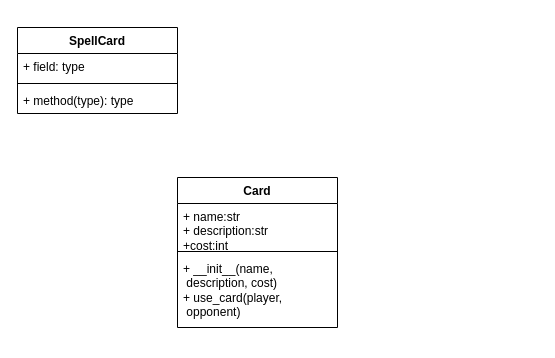
Earlier version of the draw.io diagram card_game.drawio (vinayakvvnair/vinayakvvnair). Source tidied: cells renumbered, new cells numbered last; positions are measured from the earlier drawing's top-left corner, leaving out a move shared by most shapes. Both pictures are drawn from the tidied source at 100%, with x=0, y=0 at pixel (17, 27).
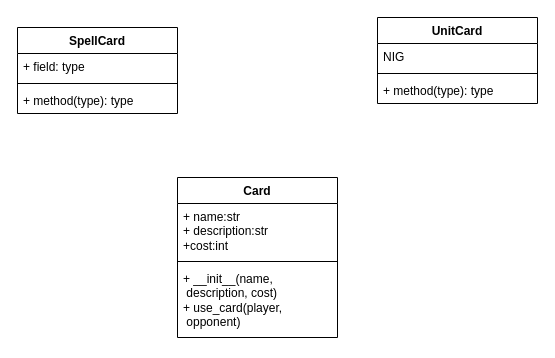
After the change.

What changed in the source:
```diff
@@
 <mxGraphModel>
   <root>
     <mxCell id="0" />
     <mxCell id="1" parent="0" />
     <mxCell id="2" value="Card" style="swimlane;fontStyle=1;align=center;verticalAlign=top;horizontal=1;startSize=26;whiteSpace=wrap;html=1;" parent="1" vertex="1">
-      <mxGeometry x="160" y="150" width="160" height="150" as="geometry" />
+      <mxGeometry x="160" y="150" width="160" height="160" as="geometry" />
     </mxCell>
     <mxCell id="3" value="+ name:str&lt;div&gt;+ description:str&lt;/div&gt;&lt;div&gt;+cost:int&lt;/div&gt;" style="text;strokeColor=none;fillColor=none;align=left;verticalAlign=top;spacingLeft=4;spacingRight=4;overflow=hidden;whiteSpace=wrap;html=1;" parent="2" vertex="1">
-      <mxGeometry y="26" width="160" height="44" as="geometry" />
+      <mxGeometry y="26" width="160" height="54" as="geometry" />
     </mxCell>
     <mxCell id="4" style="line;strokeWidth=1;fillColor=none;align=left;verticalAlign=middle;spacingTop=-1;spacingLeft=3;spacingRight=3;labelPosition=right;strokeColor=inherit;" parent="2" vertex="1">
-      <mxGeometry y="70" width="160" height="8" as="geometry" />
+      <mxGeometry y="80" width="160" height="8" as="geometry" />
     </mxCell>
     <mxCell id="5" value="&lt;span class=&quot;hljs-operator&quot;&gt;+&lt;/span&gt; __init__(name,&amp;nbsp;&lt;br&gt;&amp;nbsp;description, cost)&lt;br&gt;&lt;span class=&quot;hljs-operator&quot;&gt;+&lt;/span&gt; use_card(player,&amp;nbsp;&lt;br&gt;&amp;nbsp;opponent)" style="text;strokeColor=none;fillColor=none;align=left;verticalAlign=top;spacingLeft=4;spacingRight=4;overflow=hidden;whiteSpace=wrap;html=1;" parent="2" vertex="1">
-      <mxGeometry y="78" width="160" height="72" as="geometry" />
+      <mxGeometry y="88" width="160" height="72" as="geometry" />
     </mxCell>
     <mxCell id="6" value="SpellCard" style="swimlane;fontStyle=1;align=center;verticalAlign=top;horizontal=1;startSize=26;whiteSpace=wrap;html=1;" parent="1" vertex="1">
       <mxGeometry width="160" height="86" as="geometry" />
     </mxCell>
     <mxCell id="7" value="+ field: type" style="text;strokeColor=none;fillColor=none;align=left;verticalAlign=top;spacingLeft=4;spacingRight=4;overflow=hidden;whiteSpace=wrap;html=1;" parent="6" vertex="1">
       <mxGeometry y="26" width="160" height="26" as="geometry" />
     </mxCell>
     <mxCell id="8" style="line;strokeWidth=1;fillColor=none;align=left;verticalAlign=middle;spacingTop=-1;spacingLeft=3;spacingRight=3;labelPosition=right;strokeColor=inherit;" parent="6" vertex="1">
       <mxGeometry y="52" width="160" height="8" as="geometry" />
     </mxCell>
     <mxCell id="9" value="+ method(type): type" style="text;strokeColor=none;fillColor=none;align=left;verticalAlign=top;spacingLeft=4;spacingRight=4;overflow=hidden;whiteSpace=wrap;html=1;" parent="6" vertex="1">
       <mxGeometry y="60" width="160" height="26" as="geometry" />
     </mxCell>
+    <mxCell id="10" value="UnitCard" style="swimlane;fontStyle=1;align=center;verticalAlign=top;horizontal=1;startSize=26;whiteSpace=wrap;html=1;" parent="1" vertex="1">
+      <mxGeometry x="360" y="-10" width="160" height="86" as="geometry" />
+    </mxCell>
+    <mxCell id="11" value="NIG" style="text;strokeColor=none;fillColor=none;align=left;verticalAlign=top;spacingLeft=4;spacingRight=4;overflow=hidden;whiteSpace=wrap;html=1;" parent="10" vertex="1">
+      <mxGeometry y="26" width="160" height="26" as="geometry" />
+    </mxCell>
+    <mxCell id="12" style="line;strokeWidth=1;fillColor=none;align=left;verticalAlign=middle;spacingTop=-1;spacingLeft=3;spacingRight=3;labelPosition=right;strokeColor=inherit;" parent="10" vertex="1">
+      <mxGeometry y="52" width="160" height="8" as="geometry" />
+    </mxCell>
+    <mxCell id="13" value="+ method(type): type" style="text;strokeColor=none;fillColor=none;align=left;verticalAlign=top;spacingLeft=4;spacingRight=4;overflow=hidden;whiteSpace=wrap;html=1;" parent="10" vertex="1">
+      <mxGeometry y="60" width="160" height="26" as="geometry" />
+    </mxCell>
   </root>
 </mxGraphModel>
```
